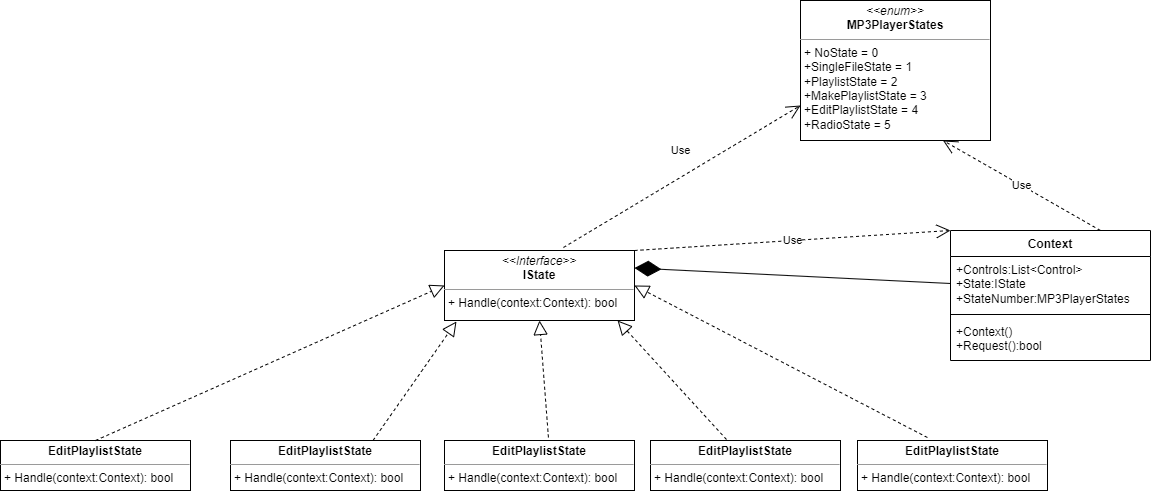
The draw.io diagram Alte anexe la documentatie/Diagrama clase StateChange.png in DancauRares-Andrei/proiect-IngineriaProgramarii, before a commit. Source tidied: cells renumbered, new cells last; positions are measured from the earlier drawing's top-left corner, leaving out a move shared by most shapes. Source of this version:
```xml
<mxGraphModel>
  <root>
    <mxCell id="0" />
    <mxCell id="1" parent="0" />
    <mxCell id="2" value="&lt;p style=&quot;margin:0px;margin-top:4px;text-align:center;&quot;&gt;&lt;i&gt;&amp;lt;&amp;lt;Interface&amp;gt;&amp;gt;&lt;/i&gt;&lt;br&gt;&lt;b&gt;IState&lt;/b&gt;&lt;/p&gt;&lt;hr size=&quot;1&quot;&gt;&lt;p style=&quot;margin:0px;margin-left:4px;&quot;&gt;+ Handle(context:Context): bool&lt;br&gt;&lt;/p&gt;" style="verticalAlign=top;align=left;overflow=fill;fontSize=12;fontFamily=Helvetica;html=1;whiteSpace=wrap;" parent="1" vertex="1">
      <mxGeometry x="444" y="250" width="190" height="70" as="geometry" />
    </mxCell>
    <mxCell id="3" value="&lt;p style=&quot;margin:0px;margin-top:4px;text-align:center;&quot;&gt;&lt;b&gt;EditPlaylistState&lt;/b&gt;&lt;/p&gt;&lt;hr size=&quot;1&quot;&gt;&lt;p style=&quot;margin:0px;margin-left:4px;&quot;&gt;+ Handle(context:Context): bool&lt;br&gt;&lt;/p&gt;" style="verticalAlign=top;align=left;overflow=fill;fontSize=12;fontFamily=Helvetica;html=1;whiteSpace=wrap;" parent="1" vertex="1">
      <mxGeometry y="440" width="190" height="50" as="geometry" />
    </mxCell>
    <mxCell id="4" value="&lt;p style=&quot;margin:0px;margin-top:4px;text-align:center;&quot;&gt;&lt;b&gt;EditPlaylistState&lt;/b&gt;&lt;/p&gt;&lt;hr size=&quot;1&quot;&gt;&lt;p style=&quot;margin:0px;margin-left:4px;&quot;&gt;+ Handle(context:Context): bool&lt;br&gt;&lt;/p&gt;" style="verticalAlign=top;align=left;overflow=fill;fontSize=12;fontFamily=Helvetica;html=1;whiteSpace=wrap;" parent="1" vertex="1">
      <mxGeometry x="230" y="440" width="190" height="50" as="geometry" />
    </mxCell>
    <mxCell id="5" value="&lt;p style=&quot;margin:0px;margin-top:4px;text-align:center;&quot;&gt;&lt;b&gt;EditPlaylistState&lt;/b&gt;&lt;/p&gt;&lt;hr size=&quot;1&quot;&gt;&lt;p style=&quot;margin:0px;margin-left:4px;&quot;&gt;+ Handle(context:Context): bool&lt;br&gt;&lt;/p&gt;" style="verticalAlign=top;align=left;overflow=fill;fontSize=12;fontFamily=Helvetica;html=1;whiteSpace=wrap;" parent="1" vertex="1">
      <mxGeometry x="444" y="440" width="190" height="50" as="geometry" />
    </mxCell>
    <mxCell id="6" value="&lt;p style=&quot;margin:0px;margin-top:4px;text-align:center;&quot;&gt;&lt;b&gt;EditPlaylistState&lt;/b&gt;&lt;/p&gt;&lt;hr size=&quot;1&quot;&gt;&lt;p style=&quot;margin:0px;margin-left:4px;&quot;&gt;+ Handle(context:Context): bool&lt;br&gt;&lt;/p&gt;" style="verticalAlign=top;align=left;overflow=fill;fontSize=12;fontFamily=Helvetica;html=1;whiteSpace=wrap;" parent="1" vertex="1">
      <mxGeometry x="650" y="440" width="190" height="50" as="geometry" />
    </mxCell>
    <mxCell id="7" value="&lt;p style=&quot;margin:0px;margin-top:4px;text-align:center;&quot;&gt;&lt;b&gt;EditPlaylistState&lt;/b&gt;&lt;/p&gt;&lt;hr size=&quot;1&quot;&gt;&lt;p style=&quot;margin:0px;margin-left:4px;&quot;&gt;+ Handle(context:Context): bool&lt;br&gt;&lt;/p&gt;" style="verticalAlign=top;align=left;overflow=fill;fontSize=12;fontFamily=Helvetica;html=1;whiteSpace=wrap;" parent="1" vertex="1">
      <mxGeometry x="857" y="440" width="190" height="50" as="geometry" />
    </mxCell>
    <mxCell id="8" style="endArrow=block;dashed=1;endFill=0;endSize=12;html=1;rounded=0;entryX=0;entryY=0.5;entryDx=0;entryDy=0;exitX=0.5;exitY=0;exitDx=0;exitDy=0;" parent="1" edge="1" source="3" target="2">
      <mxGeometry relative="1" as="geometry" />
    </mxCell>
    <mxCell id="9" style="endArrow=block;dashed=1;endFill=0;endSize=12;html=1;rounded=0;entryX=0.063;entryY=1.014;entryDx=0;entryDy=0;exitX=0.75;exitY=0;exitDx=0;exitDy=0;entryPerimeter=0;" parent="1" edge="1" source="4" target="2">
      <mxGeometry relative="1" as="geometry" />
    </mxCell>
    <mxCell id="10" style="endArrow=block;dashed=1;endFill=0;endSize=12;html=1;rounded=0;entryX=0.5;entryY=1;entryDx=0;entryDy=0;exitX=0.547;exitY=-0.06;exitDx=0;exitDy=0;exitPerimeter=0;" parent="1" edge="1" source="5" target="2">
      <mxGeometry relative="1" as="geometry" />
    </mxCell>
    <mxCell id="11" style="endArrow=block;dashed=1;endFill=0;endSize=12;html=1;rounded=0;entryX=0.911;entryY=1;entryDx=0;entryDy=0;exitX=0.4;exitY=-0.02;exitDx=0;exitDy=0;exitPerimeter=0;entryPerimeter=0;" parent="1" edge="1" source="6" target="2">
      <mxGeometry relative="1" as="geometry" />
    </mxCell>
    <mxCell id="12" style="endArrow=block;dashed=1;endFill=0;endSize=12;html=1;rounded=0;entryX=1;entryY=0.5;entryDx=0;entryDy=0;exitX=0.368;exitY=-0.06;exitDx=0;exitDy=0;exitPerimeter=0;" parent="1" edge="1" source="7" target="2">
      <mxGeometry relative="1" as="geometry" />
    </mxCell>
    <mxCell id="13" value="Context" style="swimlane;fontStyle=1;align=center;verticalAlign=top;horizontal=1;startSize=26;whiteSpace=wrap;html=1;" parent="1" vertex="1">
      <mxGeometry x="950" y="230" width="200" height="130" as="geometry" />
    </mxCell>
    <mxCell id="14" value="&lt;div&gt;+Controls:List&amp;lt;Control&amp;gt;&amp;nbsp;&lt;/div&gt;&lt;div&gt;+State:IState&lt;/div&gt;&lt;div&gt;+StateNumber:MP3PlayerStates&amp;nbsp;&lt;/div&gt;" style="text;strokeColor=none;fillColor=none;align=left;verticalAlign=top;spacingLeft=4;spacingRight=4;overflow=hidden;points=[[0,0.5],[1,0.5]];portConstraint=eastwest;whiteSpace=wrap;html=1;" parent="13" vertex="1">
      <mxGeometry y="26" width="200" height="54" as="geometry" />
    </mxCell>
    <mxCell id="15" style="line;strokeWidth=1;fillColor=none;align=left;verticalAlign=middle;spacingTop=-1;spacingLeft=3;spacingRight=3;labelPosition=right;strokeColor=inherit;" parent="13" vertex="1">
      <mxGeometry y="80" width="200" height="8" as="geometry" />
    </mxCell>
    <mxCell id="16" value="&lt;div&gt;+Context()&lt;/div&gt;&lt;div&gt;+Request():bool&lt;/div&gt;" style="text;strokeColor=none;fillColor=none;align=left;verticalAlign=top;spacingLeft=4;spacingRight=4;overflow=hidden;points=[[0,0.5],[1,0.5]];portConstraint=eastwest;whiteSpace=wrap;html=1;" parent="13" vertex="1">
      <mxGeometry y="88" width="200" height="42" as="geometry" />
    </mxCell>
    <mxCell id="17" value="Use" style="endArrow=open;endSize=12;dashed=1;html=1;rounded=0;exitX=1;exitY=0;exitDx=0;exitDy=0;entryX=0;entryY=0;entryDx=0;entryDy=0;" parent="1" edge="1" source="2" target="13">
      <mxGeometry relative="1" as="geometry" />
    </mxCell>
    <mxCell id="18" style="endArrow=diamondThin;endFill=1;endSize=24;html=1;rounded=0;exitX=0;exitY=0.5;exitDx=0;exitDy=0;entryX=1;entryY=0.25;entryDx=0;entryDy=0;" parent="1" edge="1" source="14" target="2">
      <mxGeometry relative="1" as="geometry" />
    </mxCell>
    <mxCell id="19" value="&lt;p style=&quot;margin:0px;margin-top:4px;text-align:center;&quot;&gt;&lt;i&gt;&amp;lt;&amp;lt;enum&amp;gt;&amp;gt;&lt;/i&gt;&lt;br&gt;&lt;b&gt;MP3PlayerStates&lt;/b&gt;&lt;/p&gt;&lt;hr size=&quot;1&quot;&gt;&lt;p style=&quot;margin:0px;margin-left:4px;&quot;&gt;+&amp;nbsp;NoState = 0&lt;br&gt;&lt;/p&gt;&lt;p style=&quot;margin:0px;margin-left:4px;&quot;&gt;+SingleFileState = 1&lt;/p&gt;&lt;p style=&quot;margin:0px;margin-left:4px;&quot;&gt;+PlaylistState = 2&lt;/p&gt;&lt;p style=&quot;margin:0px;margin-left:4px;&quot;&gt;+MakePlaylistState = 3&lt;/p&gt;&lt;p style=&quot;margin:0px;margin-left:4px;&quot;&gt;+EditPlaylistState = 4&lt;/p&gt;&lt;p style=&quot;margin:0px;margin-left:4px;&quot;&gt;+RadioState = 5&lt;/p&gt;" style="verticalAlign=top;align=left;overflow=fill;fontSize=12;fontFamily=Helvetica;html=1;whiteSpace=wrap;" parent="1" vertex="1">
      <mxGeometry x="800" width="190" height="140" as="geometry" />
    </mxCell>
    <mxCell id="20" value="Use" style="endArrow=open;endSize=12;dashed=1;html=1;rounded=0;entryX=0;entryY=0.75;entryDx=0;entryDy=0;exitX=0.626;exitY=-0.043;exitDx=0;exitDy=0;exitPerimeter=0;" parent="1" edge="1" source="2" target="19">
      <mxGeometry x="0.09" y="23" relative="1" as="geometry" />
    </mxCell>
    <mxCell id="21" value="Use" style="endArrow=open;endSize=12;dashed=1;html=1;rounded=0;entryX=0.75;entryY=1;entryDx=0;entryDy=0;exitX=0.75;exitY=0;exitDx=0;exitDy=0;" parent="1" edge="1" source="13" target="19">
      <mxGeometry relative="1" as="geometry" />
    </mxCell>
  </root>
</mxGraphModel>
```
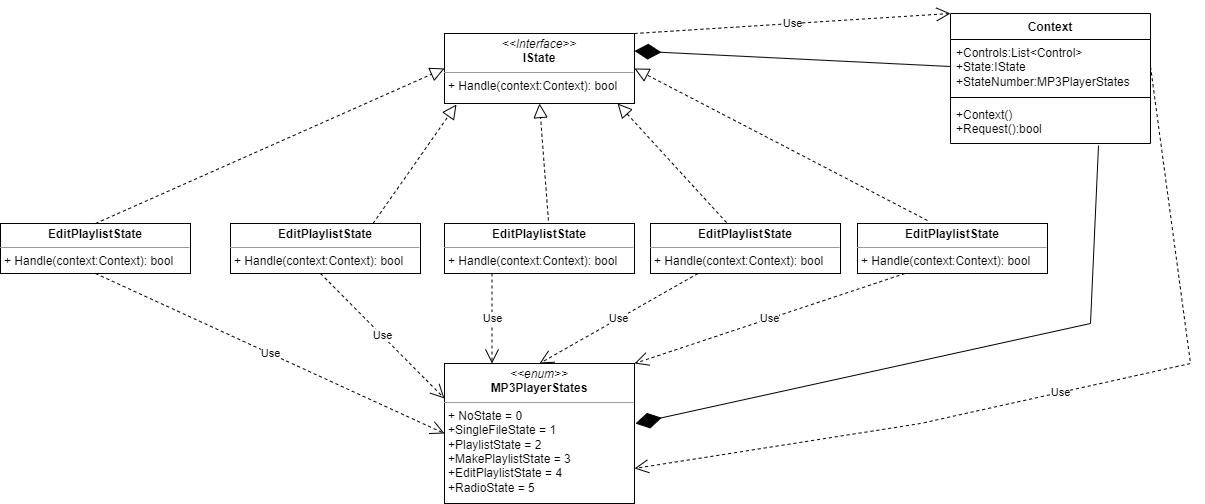
The same diagram one commit later.

The edit, as a diff of the source:
```diff
@@ -54,13 +54,39 @@
       <mxGeometry relative="1" as="geometry" />
     </mxCell>
     <mxCell id="19" value="&lt;p style=&quot;margin:0px;margin-top:4px;text-align:center;&quot;&gt;&lt;i&gt;&amp;lt;&amp;lt;enum&amp;gt;&amp;gt;&lt;/i&gt;&lt;br&gt;&lt;b&gt;MP3PlayerStates&lt;/b&gt;&lt;/p&gt;&lt;hr size=&quot;1&quot;&gt;&lt;p style=&quot;margin:0px;margin-left:4px;&quot;&gt;+&amp;nbsp;NoState = 0&lt;br&gt;&lt;/p&gt;&lt;p style=&quot;margin:0px;margin-left:4px;&quot;&gt;+SingleFileState = 1&lt;/p&gt;&lt;p style=&quot;margin:0px;margin-left:4px;&quot;&gt;+PlaylistState = 2&lt;/p&gt;&lt;p style=&quot;margin:0px;margin-left:4px;&quot;&gt;+MakePlaylistState = 3&lt;/p&gt;&lt;p style=&quot;margin:0px;margin-left:4px;&quot;&gt;+EditPlaylistState = 4&lt;/p&gt;&lt;p style=&quot;margin:0px;margin-left:4px;&quot;&gt;+RadioState = 5&lt;/p&gt;" style="verticalAlign=top;align=left;overflow=fill;fontSize=12;fontFamily=Helvetica;html=1;whiteSpace=wrap;" parent="1" vertex="1">
-      <mxGeometry x="800" width="190" height="140" as="geometry" />
+      <mxGeometry x="444" y="580" width="190" height="140" as="geometry" />
     </mxCell>
-    <mxCell id="20" value="Use" style="endArrow=open;endSize=12;dashed=1;html=1;rounded=0;entryX=0;entryY=0.75;entryDx=0;entryDy=0;exitX=0.626;exitY=-0.043;exitDx=0;exitDy=0;exitPerimeter=0;" parent="1" edge="1" source="2" target="19">
-      <mxGeometry x="0.09" y="23" relative="1" as="geometry" />
-    </mxCell>
-    <mxCell id="21" value="Use" style="endArrow=open;endSize=12;dashed=1;html=1;rounded=0;entryX=0.75;entryY=1;entryDx=0;entryDy=0;exitX=0.75;exitY=0;exitDx=0;exitDy=0;" parent="1" edge="1" source="13" target="19">
-      <mxGeometry relative="1" as="geometry" />
+    <mxCell id="21" value="Use" style="endArrow=open;endSize=12;dashed=1;html=1;rounded=0;entryX=1;entryY=0.75;entryDx=0;entryDy=0;exitX=1;exitY=0.5;exitDx=0;exitDy=0;" parent="1" edge="1" source="14" target="19">
+      <mxGeometry relative="1" as="geometry">
+        <Array as="points">
+          <mxPoint x="1190" y="580" />
+          <mxPoint x="920" y="640" />
+        </Array>
+      </mxGeometry>
     </mxCell>
+    <mxCell id="22" value="Use" style="endArrow=open;endSize=12;dashed=1;html=1;rounded=0;exitX=0.5;exitY=1;exitDx=0;exitDy=0;entryX=0;entryY=0.5;entryDx=0;entryDy=0;" parent="1" edge="1" source="3" target="19">
+      <mxGeometry relative="1" as="geometry" />
+    </mxCell>
+    <mxCell id="23" value="Use" style="endArrow=open;endSize=12;dashed=1;html=1;rounded=0;exitX=0.5;exitY=1;exitDx=0;exitDy=0;entryX=0;entryY=0.25;entryDx=0;entryDy=0;" parent="1" edge="1" target="19">
+      <mxGeometry relative="1" as="geometry">
+        <mxPoint x="320" y="490" as="sourcePoint" />
+      </mxGeometry>
+    </mxCell>
+    <mxCell id="24" value="Use" style="endArrow=open;endSize=12;dashed=1;html=1;rounded=0;exitX=0.25;exitY=1;exitDx=0;exitDy=0;entryX=0.25;entryY=0;entryDx=0;entryDy=0;" parent="1" edge="1" source="5" target="19">
+      <mxGeometry relative="1" as="geometry" />
+    </mxCell>
+    <mxCell id="25" value="Use" style="endArrow=open;endSize=12;dashed=1;html=1;rounded=0;exitX=0.25;exitY=1;exitDx=0;exitDy=0;entryX=0.5;entryY=0;entryDx=0;entryDy=0;" parent="1" edge="1" source="6" target="19">
+      <mxGeometry relative="1" as="geometry" />
+    </mxCell>
+    <mxCell id="26" value="Use" style="endArrow=open;endSize=12;dashed=1;html=1;rounded=0;exitX=0.25;exitY=1;exitDx=0;exitDy=0;entryX=1;entryY=0;entryDx=0;entryDy=0;" parent="1" edge="1" source="7" target="19">
+      <mxGeometry relative="1" as="geometry" />
+    </mxCell>
+    <mxCell id="27" style="endArrow=diamondThin;endFill=1;endSize=24;html=1;rounded=0;entryX=1.005;entryY=0.429;entryDx=0;entryDy=0;entryPerimeter=0;exitX=0.74;exitY=1.048;exitDx=0;exitDy=0;exitPerimeter=0;" parent="1" edge="1" source="16" target="19">
+      <mxGeometry relative="1" as="geometry">
+        <Array as="points">
+          <mxPoint x="1090" y="540" />
+        </Array>
+      </mxGeometry>
+    </mxCell>
   </root>
 </mxGraphModel>
```
